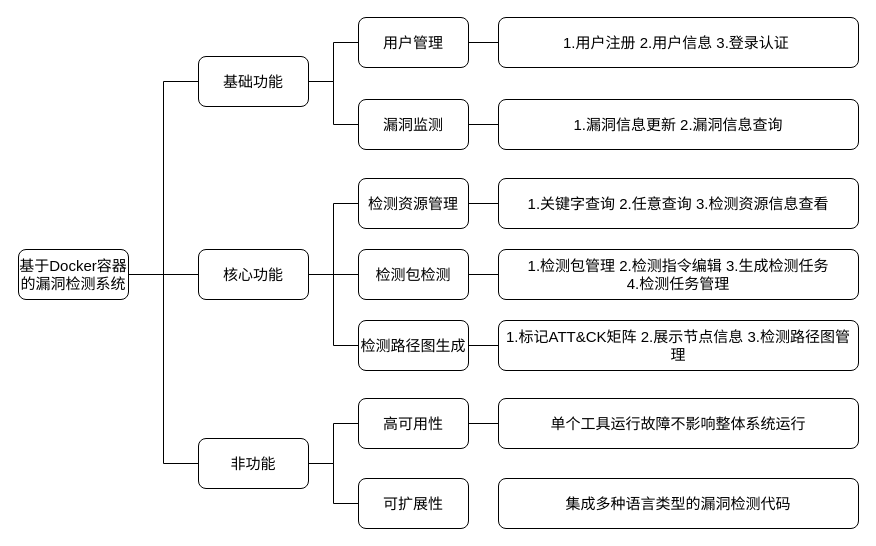
The draw.io diagram 功能需求.drawio in Niujieheng/GitHub_Jul, before the edit. Source tidied: cells renumbered, new cells numbered last; positions are measured from the earlier drawing's top-left corner, leaving out a move shared by most shapes. Both pictures are drawn from the tidied source at 100%, with x=0, y=0 at pixel (18, 17).
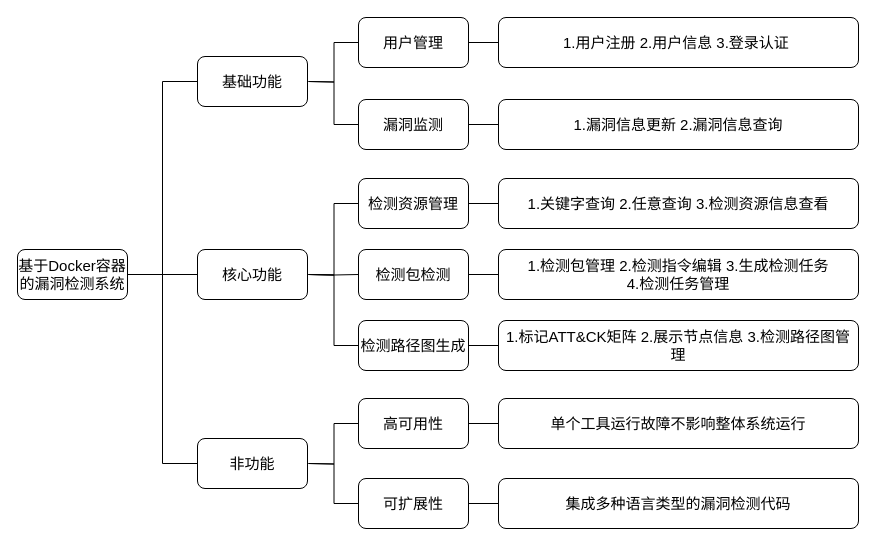
After the change.

Commit message:
更新功能需求.drawio

Unchanged cells that the change refers to:
```xml
<mxCell id="14" value="用户管理" style="rounded=1;whiteSpace=wrap;html=1;fontSize=15;" parent="1" vertex="1">
  <mxGeometry x="340" width="110" height="50" as="geometry" />
</mxCell>
<mxCell id="16" value="检测包检测" style="rounded=1;whiteSpace=wrap;html=1;fontSize=15;" parent="1" vertex="1">
  <mxGeometry x="340" y="232" width="110" height="50" as="geometry" />
</mxCell>
<mxCell id="18" value="检测路径图生成" style="rounded=1;whiteSpace=wrap;html=1;fontSize=15;" parent="1" vertex="1">
  <mxGeometry x="340" y="303" width="110" height="50" as="geometry" />
</mxCell>
<mxCell id="20" value="漏洞监测" style="rounded=1;whiteSpace=wrap;html=1;fontSize=15;" parent="1" vertex="1">
  <mxGeometry x="340" y="82" width="110" height="50" as="geometry" />
</mxCell>
<mxCell id="26" value="检测资源管理" style="rounded=1;whiteSpace=wrap;html=1;fontSize=15;" parent="1" vertex="1">
  <mxGeometry x="340" y="161" width="110" height="50" as="geometry" />
</mxCell>
<mxCell id="32" value="高可用性" style="rounded=1;whiteSpace=wrap;html=1;fontSize=15;" parent="1" vertex="1">
  <mxGeometry x="340" y="381" width="110" height="50" as="geometry" />
</mxCell>
<mxCell id="33" value="可扩展性" style="rounded=1;whiteSpace=wrap;html=1;fontSize=15;" parent="1" vertex="1">
  <mxGeometry x="340" y="461" width="110" height="50" as="geometry" />
</mxCell>
<mxCell id="35" value="集成多种语言类型的漏洞检测代码" style="rounded=1;whiteSpace=wrap;html=1;fontSize=15;" parent="1" vertex="1">
  <mxGeometry x="480" y="461" width="360" height="50" as="geometry" />
</mxCell>
```

Change to the diagram source:
```diff
@@
     <mxCell id="5" value="基于Docker容器的漏洞检测系统" style="rounded=1;whiteSpace=wrap;html=1;fontSize=15;" parent="1" vertex="1">
-      <mxGeometry y="232" width="110" height="50" as="geometry" />
+      <mxGeometry x="-1" y="232" width="110" height="50" as="geometry" />
     </mxCell>
-    <mxCell id="6" style="edgeStyle=orthogonalEdgeStyle;rounded=0;jettySize=auto;html=1;exitX=1;exitY=0.5;exitDx=0;exitDy=0;entryX=0;entryY=0.5;entryDx=0;entryDy=0;endArrow=none;endFill=0;fontSize=15;" parent="1" edge="1" source="8" target="14">
-      <mxGeometry relative="1" as="geometry" />
+    <mxCell id="6" style="edgeStyle=orthogonalEdgeStyle;rounded=0;jettySize=auto;html=1;exitX=1;exitY=0.5;exitDx=0;exitDy=0;entryX=0;entryY=0.5;entryDx=0;entryDy=0;endArrow=none;endFill=0;fontSize=15;" parent="1" edge="1" target="14">
+      <mxGeometry relative="1" as="geometry">
+        <mxPoint x="290" y="64" as="sourcePoint" />
+      </mxGeometry>
     </mxCell>
-    <mxCell id="7" style="edgeStyle=orthogonalEdgeStyle;rounded=0;jettySize=auto;html=1;exitX=1;exitY=0.5;exitDx=0;exitDy=0;entryX=0;entryY=0.5;entryDx=0;entryDy=0;endArrow=none;endFill=0;fontSize=15;" parent="1" edge="1" source="8" target="20">
-      <mxGeometry relative="1" as="geometry" />
+    <mxCell id="7" style="edgeStyle=orthogonalEdgeStyle;rounded=0;jettySize=auto;html=1;exitX=1;exitY=0.5;exitDx=0;exitDy=0;entryX=0;entryY=0.5;entryDx=0;entryDy=0;endArrow=none;endFill=0;fontSize=15;" parent="1" edge="1" target="20">
+      <mxGeometry relative="1" as="geometry">
+        <mxPoint x="290" y="64" as="sourcePoint" />
+      </mxGeometry>
     </mxCell>
     <mxCell id="8" value="基础功能" style="rounded=1;whiteSpace=wrap;html=1;fontSize=15;" parent="1" vertex="1">
-      <mxGeometry x="180" y="39" width="110" height="50" as="geometry" />
+      <mxGeometry x="179" y="39" width="110" height="50" as="geometry" />
     </mxCell>
-    <mxCell id="9" style="edgeStyle=orthogonalEdgeStyle;rounded=0;jettySize=auto;html=1;exitX=1;exitY=0.5;exitDx=0;exitDy=0;entryX=0;entryY=0.5;entryDx=0;entryDy=0;endArrow=none;endFill=0;fontSize=15;" parent="1" edge="1" source="12" target="16">
-      <mxGeometry relative="1" as="geometry" />
+    <mxCell id="9" style="edgeStyle=orthogonalEdgeStyle;rounded=0;jettySize=auto;html=1;exitX=1;exitY=0.5;exitDx=0;exitDy=0;entryX=0;entryY=0.5;entryDx=0;entryDy=0;endArrow=none;endFill=0;fontSize=15;" parent="1" edge="1" target="16">
+      <mxGeometry relative="1" as="geometry">
+        <mxPoint x="290" y="257" as="sourcePoint" />
+      </mxGeometry>
     </mxCell>
-    <mxCell id="10" style="edgeStyle=orthogonalEdgeStyle;rounded=0;jettySize=auto;html=1;exitX=1;exitY=0.5;exitDx=0;exitDy=0;entryX=0;entryY=0.5;entryDx=0;entryDy=0;endArrow=none;endFill=0;fontSize=15;" parent="1" edge="1" source="12" target="18">
-      <mxGeometry relative="1" as="geometry" />
+    <mxCell id="10" style="edgeStyle=orthogonalEdgeStyle;rounded=0;jettySize=auto;html=1;exitX=1;exitY=0.5;exitDx=0;exitDy=0;entryX=0;entryY=0.5;entryDx=0;entryDy=0;endArrow=none;endFill=0;fontSize=15;" parent="1" edge="1" target="18">
+      <mxGeometry relative="1" as="geometry">
+        <mxPoint x="290" y="257" as="sourcePoint" />
+      </mxGeometry>
     </mxCell>
-    <mxCell id="11" style="edgeStyle=orthogonalEdgeStyle;rounded=0;jettySize=auto;html=1;exitX=1;exitY=0.5;exitDx=0;exitDy=0;entryX=0;entryY=0.5;entryDx=0;entryDy=0;fontSize=15;endArrow=none;endFill=0;" parent="1" edge="1" source="12" target="26">
-      <mxGeometry relative="1" as="geometry" />
+    <mxCell id="11" style="edgeStyle=orthogonalEdgeStyle;rounded=0;jettySize=auto;html=1;exitX=1;exitY=0.5;exitDx=0;exitDy=0;entryX=0;entryY=0.5;entryDx=0;entryDy=0;fontSize=15;endArrow=none;endFill=0;" parent="1" edge="1" target="26">
+      <mxGeometry relative="1" as="geometry">
+        <mxPoint x="290" y="257" as="sourcePoint" />
+      </mxGeometry>
     </mxCell>
     <mxCell id="12" value="核心功能" style="rounded=1;whiteSpace=wrap;html=1;fontSize=15;" parent="1" vertex="1">
-      <mxGeometry x="180" y="232" width="110" height="50" as="geometry" />
+      <mxGeometry x="179" y="232" width="110" height="50" as="geometry" />
     </mxCell>
@@
-    <mxCell id="28" style="edgeStyle=orthogonalEdgeStyle;rounded=0;jettySize=auto;html=1;exitX=1;exitY=0.5;exitDx=0;exitDy=0;entryX=0;entryY=0.5;entryDx=0;entryDy=0;fontSize=15;endArrow=none;endFill=0;" parent="1" edge="1" source="30" target="32">
-      <mxGeometry relative="1" as="geometry" />
+    <mxCell id="28" style="edgeStyle=orthogonalEdgeStyle;rounded=0;jettySize=auto;html=1;exitX=1;exitY=0.5;exitDx=0;exitDy=0;entryX=0;entryY=0.5;entryDx=0;entryDy=0;fontSize=15;endArrow=none;endFill=0;" parent="1" edge="1" target="32">
+      <mxGeometry relative="1" as="geometry">
+        <mxPoint x="290" y="446" as="sourcePoint" />
+      </mxGeometry>
     </mxCell>
-    <mxCell id="29" style="edgeStyle=orthogonalEdgeStyle;rounded=0;jettySize=auto;html=1;exitX=1;exitY=0.5;exitDx=0;exitDy=0;entryX=0;entryY=0.5;entryDx=0;entryDy=0;fontSize=15;endArrow=none;endFill=0;" parent="1" edge="1" source="30" target="33">
-      <mxGeometry relative="1" as="geometry" />
+    <mxCell id="29" style="edgeStyle=orthogonalEdgeStyle;rounded=0;jettySize=auto;html=1;exitX=1;exitY=0.5;exitDx=0;exitDy=0;entryX=0;entryY=0.5;entryDx=0;entryDy=0;fontSize=15;endArrow=none;endFill=0;" parent="1" edge="1" target="33">
+      <mxGeometry relative="1" as="geometry">
+        <mxPoint x="290" y="446" as="sourcePoint" />
+      </mxGeometry>
     </mxCell>
     <mxCell id="30" value="非功能" style="rounded=1;whiteSpace=wrap;html=1;fontSize=15;" parent="1" vertex="1">
-      <mxGeometry x="180" y="421" width="110" height="50" as="geometry" />
+      <mxGeometry x="179" y="421" width="110" height="50" as="geometry" />
     </mxCell>
@@
+    <mxCell id="36" style="edgeStyle=orthogonalEdgeStyle;rounded=0;jettySize=auto;html=1;exitX=1;exitY=0.5;exitDx=0;exitDy=0;entryX=0;entryY=0.5;entryDx=0;entryDy=0;endArrow=none;endFill=0;" parent="1" edge="1" source="33" target="35">
+      <mxGeometry relative="1" as="geometry" />
+    </mxCell>
```
